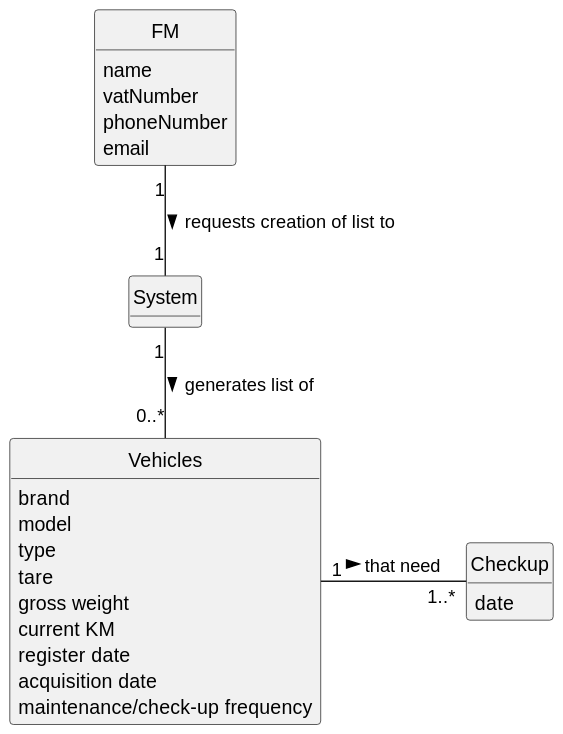
The PlantUML diagram docs/sprint2/us008/02.analysis/svg/us008-domain-model.svg in tiagosoa/lei-24-s2-1dgh-g073, before a commit. Source of this version:
```plantuml
@startuml
skinparam monochrome true
skinparam packageStyle rectangle
skinparam shadowing false


skinparam classAttributeIconSize 0

hide circle
hide methods



class FM {
    name
    vatNumber
    phoneNumber
    email
}

class Checkup {
    date
}

class System {

}

class Vehicles {
    brand
    model
    type
    tare
    gross weight
    current KM
    register date
    acquisition date
    maintenance/check-up frequency
}
FM "1" -- "1" System : requests creation of list to >
System "1" -- "0..*" Vehicles: generates list of >
Vehicles "1" - "1..*" Checkup: that need >
@enduml
```
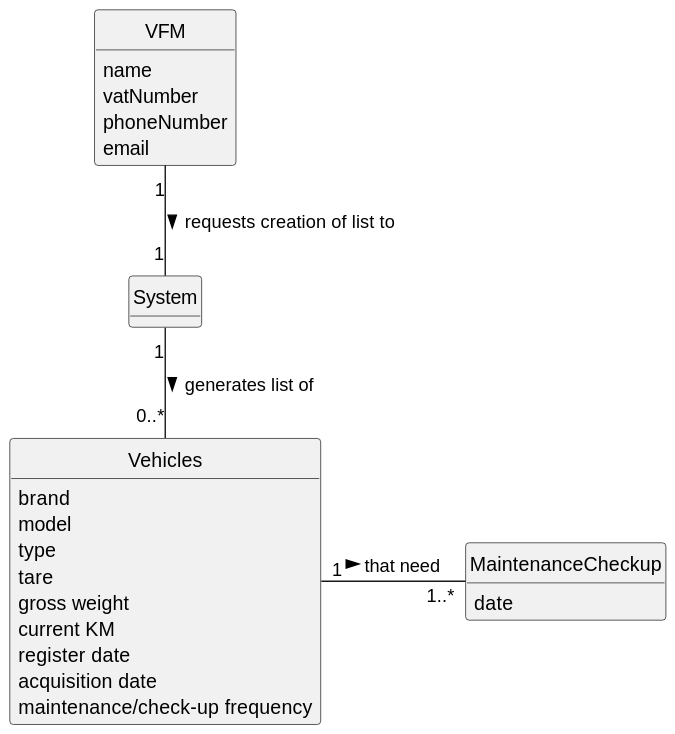
After the change.

The edit, as a diff of the source:
```diff
@@ -11,14 +11,14 @@
 
 
 
-class FM {
+class VFM {
     name
     vatNumber
     phoneNumber
     email
 }
 
-class Checkup {
+class MaintenanceCheckup {
     date
 }
 
@@ -37,7 +37,7 @@
     acquisition date
     maintenance/check-up frequency
 }
-FM "1" -- "1" System : requests creation of list to >
+VFM "1" -- "1" System : requests creation of list to >
 System "1" -- "0..*" Vehicles: generates list of >
-Vehicles "1" - "1..*" Checkup: that need >
+Vehicles "1" - "1..*" MaintenanceCheckup: that need >
 @enduml
```
